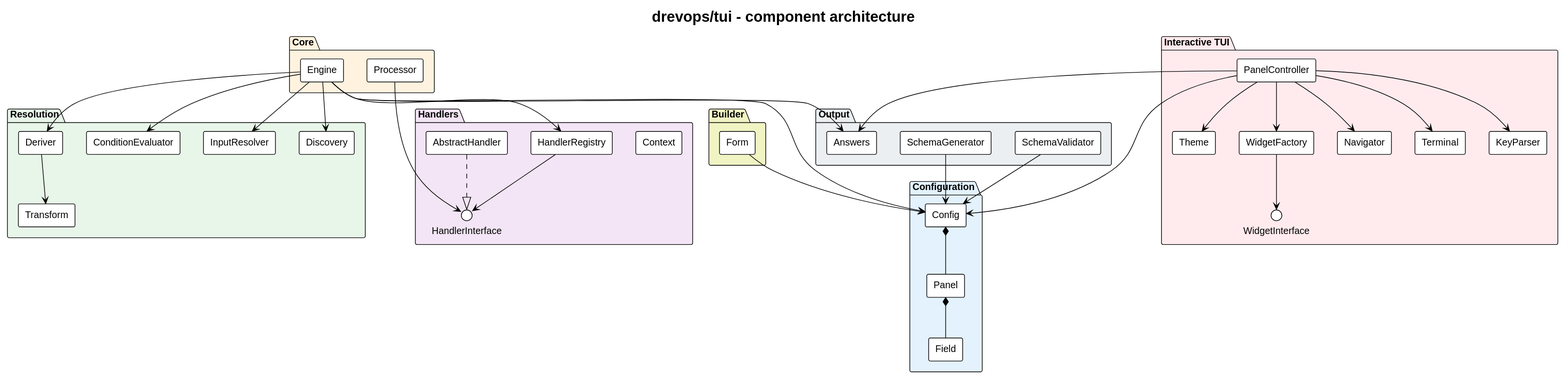
drevops/vortex keeps this PlantUML diagram as .vortex/tui/docs/architecture/architecture.svg. Above is the earlier version.
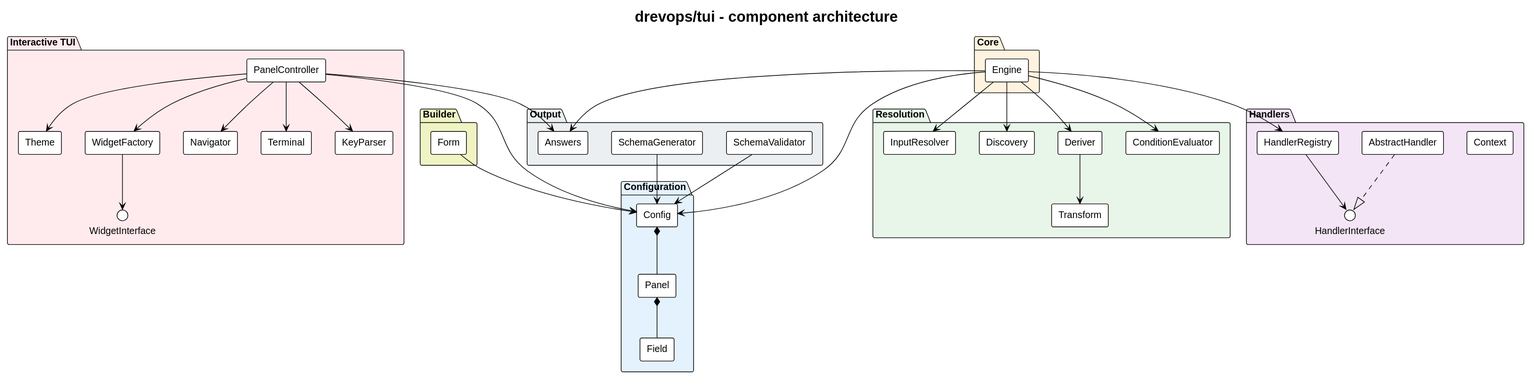
After the commit.

Commit message:
Aligned the TUI architecture walkthrough, diagram and 'AGENTS.md' with the pure-collector design and the actual test and CI layout.

The edit, as a diff of the source:
```diff
@@ -18,7 +18,6 @@
 
 package "Core" #FFF3E0 {
   [Engine]
-  [Processor]
 }
 
 package "Resolution" #E8F5E9 {
@@ -66,7 +65,6 @@
 [HandlerRegistry] --> HandlerInterface
 [AbstractHandler] ..|> HandlerInterface
 [Engine] --> [Answers]
-[Processor] --> HandlerInterface
 
 [SchemaGenerator] --> [Config]
 [SchemaValidator] --> [Config]
```
